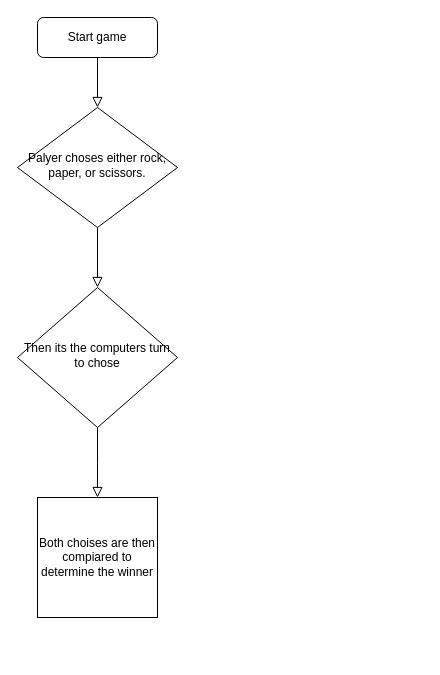
Earlier version of the draw.io diagram Untitled Diagram.drawio (hdhillon16/Group-Lab). Source tidied: cells renumbered, new cells numbered last; positions are measured from the earlier drawing's top-left corner, leaving out a move shared by most shapes. Both pictures are drawn from the tidied source at 100%, with x=0, y=0 at pixel (17, 17).
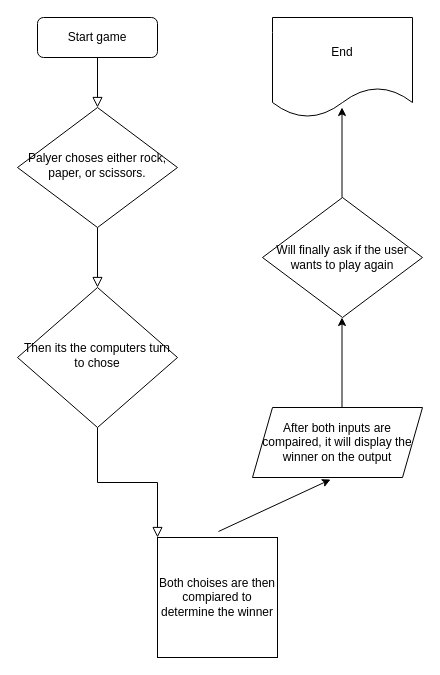
After the change.

Commit message:
Rock, Paper, Scissors Flowchart.drawio

Diff of the diagram source:
```diff
@@
 <mxGraphModel>
   <root>
     <mxCell id="0" />
     <mxCell id="1" parent="0" />
     <mxCell id="2" style="rounded=0;html=1;jettySize=auto;fontSize=11;endArrow=block;endFill=0;endSize=8;strokeWidth=1;shadow=0;labelBackgroundColor=none;edgeStyle=orthogonalEdgeStyle;" parent="1" edge="1" source="3" target="5">
       <mxGeometry relative="1" as="geometry" />
     </mxCell>
     <mxCell id="3" value="Start game" style="rounded=1;whiteSpace=wrap;html=1;fontSize=12;glass=0;strokeWidth=1;shadow=0;" parent="1" vertex="1">
       <mxGeometry x="20" width="120" height="40" as="geometry" />
     </mxCell>
     <mxCell id="4" style="rounded=0;html=1;jettySize=auto;fontSize=11;endArrow=block;endFill=0;endSize=8;strokeWidth=1;shadow=0;labelBackgroundColor=none;edgeStyle=orthogonalEdgeStyle;" parent="1" edge="1" source="5" target="7">
       <mxGeometry y="20" relative="1" as="geometry" />
     </mxCell>
     <mxCell id="5" value="Palyer choses either rock, paper, or scissors." style="rhombus;whiteSpace=wrap;html=1;shadow=0;fontFamily=Helvetica;fontSize=12;align=center;strokeWidth=1;spacing=6;spacingTop=-4;" parent="1" vertex="1">
       <mxGeometry y="90" width="160" height="120" as="geometry" />
     </mxCell>
-    <mxCell id="6" style="rounded=0;html=1;jettySize=auto;fontSize=11;endArrow=block;endFill=0;endSize=8;strokeWidth=1;shadow=0;labelBackgroundColor=none;edgeStyle=orthogonalEdgeStyle;" parent="1" edge="1" source="7">
-      <mxGeometry x="0.33" y="20" relative="1" as="geometry">
-        <mxPoint x="80" y="480" as="targetPoint" />
-      </mxGeometry>
+    <mxCell id="6" style="rounded=0;html=1;jettySize=auto;fontSize=11;endArrow=block;endFill=0;endSize=8;strokeWidth=1;shadow=0;labelBackgroundColor=none;edgeStyle=orthogonalEdgeStyle;entryX=0;entryY=0;entryDx=0;entryDy=0;" parent="1" edge="1" source="7" target="8">
+      <mxGeometry x="0.33" y="20" relative="1" as="geometry" />
     </mxCell>
     <mxCell id="7" value="Then its the computers turn to chose" style="rhombus;whiteSpace=wrap;html=1;shadow=0;fontFamily=Helvetica;fontSize=12;align=center;strokeWidth=1;spacing=6;spacingTop=-4;" parent="1" vertex="1">
       <mxGeometry y="270" width="160" height="140" as="geometry" />
     </mxCell>
     <mxCell id="8" value="Both choises are then compiared to determine the winner" style="whiteSpace=wrap;html=1;" parent="1" vertex="1">
-      <mxGeometry x="20" y="480" width="120" height="120" as="geometry" />
+      <mxGeometry x="140" y="520" width="120" height="120" as="geometry" />
     </mxCell>
+    <mxCell id="9" style="endArrow=classic;html=1;rounded=0;entryX=0.459;entryY=1.029;entryDx=0;entryDy=0;entryPerimeter=0;exitX=0.508;exitY=-0.05;exitDx=0;exitDy=0;exitPerimeter=0;" parent="1" edge="1" source="8" target="10">
+      <mxGeometry relative="1" as="geometry" />
+    </mxCell>
+    <mxCell id="10" value="After both inputs are compaired, it will display the winner on the output" style="shape=parallelogram;perimeter=parallelogramPerimeter;whiteSpace=wrap;html=1;fixedSize=1;" parent="1" vertex="1">
+      <mxGeometry x="235" y="390" width="170" height="70" as="geometry" />
+    </mxCell>
+    <mxCell id="11" style="endArrow=classic;html=1;rounded=0;" parent="1" edge="1">
+      <mxGeometry relative="1" as="geometry">
+        <mxPoint x="324.5" y="390" as="sourcePoint" />
+        <mxPoint x="324.5" y="300" as="targetPoint" />
+      </mxGeometry>
+    </mxCell>
+    <mxCell id="12" value="Will finally ask if the user wants to play again" style="rhombus;whiteSpace=wrap;html=1;" parent="1" vertex="1">
+      <mxGeometry x="245" y="180" width="160" height="120" as="geometry" />
+    </mxCell>
+    <mxCell id="13" style="endArrow=classic;html=1;rounded=0;" parent="1" edge="1">
+      <mxGeometry relative="1" as="geometry">
+        <mxPoint x="324.5" y="180" as="sourcePoint" />
+        <mxPoint x="324.5" y="90" as="targetPoint" />
+      </mxGeometry>
+    </mxCell>
+    <mxCell id="14" value="End" style="shape=document;whiteSpace=wrap;html=1;boundedLbl=1;" parent="1" vertex="1">
+      <mxGeometry x="255" width="140" height="100" as="geometry" />
+    </mxCell>
   </root>
 </mxGraphModel>
```
